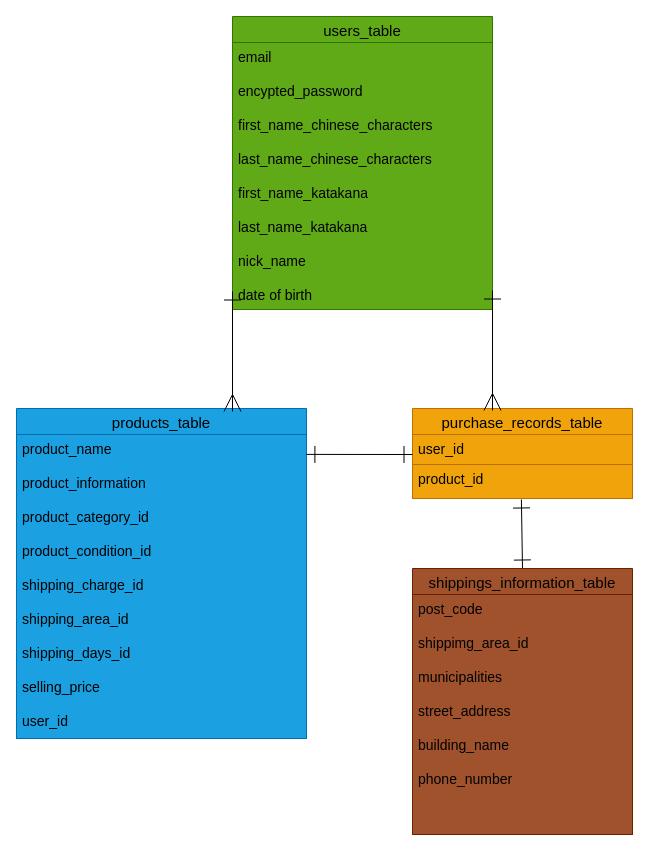
Above: ER.dio in Jonnyhorse/furima-40200 (draw.io), before the change. Source tidied: cells renumbered, new cells numbered last; positions are measured from the earlier drawing's top-left corner, leaving out a move shared by most shapes. Both pictures are drawn from the tidied source at 100%, with x=0, y=0 at pixel (16, 16).
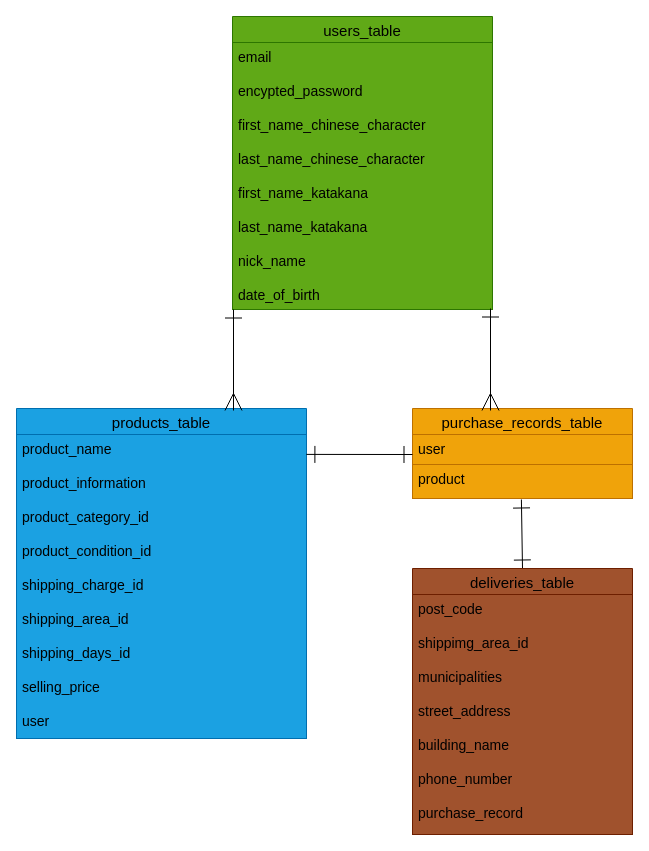
Above is the later version.

Commit message (it also covers changes not shown here):
README及びER図の再修正

Change to the diagram source:
```diff
@@
 <mxGraphModel>
   <root>
     <mxCell id="0" />
     <mxCell id="1" parent="0" />
     <mxCell id="2" value="users_table" style="swimlane;fontStyle=0;horizontal=1;startSize=26;align=center;fontSize=15;fillColor=#60a917;fontColor=#000000;strokeColor=#2D7600;" parent="1" vertex="1">
       <mxGeometry x="216" width="260" height="293" as="geometry" />
     </mxCell>
-    <mxCell id="3" value="email &#10;&#10;encypted_password&#10;&#10;first_name_chinese_characters&#10;&#10;last_name_chinese_characters&#10;&#10;first_name_katakana&#10;&#10;last_name_katakana&#10;&#10;nick_name&#10;&#10;date of birth&#10;" style="text;strokeColor=#2D7600;fillColor=#60a917;spacingLeft=4;spacingRight=4;overflow=hidden;fontSize=14;fontColor=#000000;" parent="2" vertex="1">
+    <mxCell id="3" value="email &#10;&#10;encypted_password&#10;&#10;first_name_chinese_character&#10;&#10;last_name_chinese_character&#10;&#10;first_name_katakana&#10;&#10;last_name_katakana&#10;&#10;nick_name&#10;&#10;date_of_birth&#10;" style="text;strokeColor=#2D7600;fillColor=#60a917;spacingLeft=4;spacingRight=4;overflow=hidden;fontSize=14;fontColor=#000000;" parent="2" vertex="1">
       <mxGeometry y="26" width="260" height="267" as="geometry" />
     </mxCell>
     <mxCell id="4" value="products_table" style="swimlane;fontStyle=0;horizontal=1;startSize=26;align=center;fontSize=15;fillColor=#1ba1e2;fontColor=#000000;strokeColor=#006EAF;" parent="1" vertex="1">
       <mxGeometry y="392" width="290" height="330" as="geometry" />
     </mxCell>
-    <mxCell id="5" value="product_name&#10;&#10;product_information&#10;&#10;product_category_id&#10;&#10;product_condition_id&#10;&#10;shipping_charge_id&#10;&#10;shipping_area_id&#10;&#10;shipping_days_id&#10;&#10;selling_price&#10;&#10;user_id&#10;" style="text;strokeColor=#006EAF;fillColor=#1ba1e2;spacingLeft=4;spacingRight=4;overflow=hidden;fontSize=14;fontColor=#000000;" parent="4" vertex="1">
+    <mxCell id="5" value="product_name&#10;&#10;product_information&#10;&#10;product_category_id&#10;&#10;product_condition_id&#10;&#10;shipping_charge_id&#10;&#10;shipping_area_id&#10;&#10;shipping_days_id&#10;&#10;selling_price&#10;&#10;user&#10;" style="text;strokeColor=#006EAF;fillColor=#1ba1e2;spacingLeft=4;spacingRight=4;overflow=hidden;fontSize=14;fontColor=#000000;" parent="4" vertex="1">
       <mxGeometry y="26" width="290" height="304" as="geometry" />
     </mxCell>
     <mxCell id="6" value="purchase_records_table" style="swimlane;fontStyle=0;horizontal=1;startSize=26;align=center;fontSize=15;fillColor=#f0a30a;fontColor=#000000;strokeColor=#BD7000;" parent="1" vertex="1">
       <mxGeometry x="396" y="392" width="220" height="90" as="geometry" />
     </mxCell>
-    <mxCell id="7" value="user_id" style="text;strokeColor=#BD7000;fillColor=#f0a30a;spacingLeft=4;spacingRight=4;overflow=hidden;fontSize=14;fontColor=#000000;" parent="6" vertex="1">
+    <mxCell id="7" value="user" style="text;strokeColor=#BD7000;fillColor=#f0a30a;spacingLeft=4;spacingRight=4;overflow=hidden;fontSize=14;fontColor=#000000;" parent="6" vertex="1">
       <mxGeometry y="26" width="220" height="30" as="geometry" />
     </mxCell>
-    <mxCell id="8" value="product_id" style="text;strokeColor=#BD7000;fillColor=#f0a30a;spacingLeft=4;spacingRight=4;overflow=hidden;points=[[0,0.5],[1,0.5]];portConstraint=eastwest;fontSize=14;fontColor=#000000;" parent="6" vertex="1">
+    <mxCell id="8" value="product" style="text;strokeColor=#BD7000;fillColor=#f0a30a;spacingLeft=4;spacingRight=4;overflow=hidden;points=[[0,0.5],[1,0.5]];portConstraint=eastwest;fontSize=14;fontColor=#000000;" parent="6" vertex="1">
       <mxGeometry y="56" width="220" height="34" as="geometry" />
     </mxCell>
     <mxCell id="9" style="edgeStyle=none;html=1;exitX=0.5;exitY=0;exitDx=0;exitDy=0;entryX=0.495;entryY=1.029;entryDx=0;entryDy=0;entryPerimeter=0;strokeWidth=1;fontSize=15;startArrow=ERone;startFill=0;endArrow=ERone;endFill=0;endSize=15;startSize=15;" parent="1" edge="1" source="10" target="8">
       <mxGeometry relative="1" as="geometry" />
     </mxCell>
-    <mxCell id="10" value="shippings_information_table" style="swimlane;fontStyle=0;horizontal=1;startSize=26;align=center;fontSize=15;labelBackgroundColor=none;fillColor=#a0522d;strokeColor=#6D1F00;fontColor=#000000;" parent="1" vertex="1">
+    <mxCell id="10" value="deliveries_table" style="swimlane;fontStyle=0;horizontal=1;startSize=26;align=center;fontSize=15;labelBackgroundColor=none;fillColor=#a0522d;strokeColor=#6D1F00;fontColor=#000000;" parent="1" vertex="1">
       <mxGeometry x="396" y="552" width="220" height="266" as="geometry" />
     </mxCell>
-    <mxCell id="11" value="post_code&#10;&#10;shippimg_area_id&#10;&#10;municipalities&#10;&#10;street_address&#10;&#10;building_name&#10;&#10;phone_number&#10;&#10;" style="text;strokeColor=#6D1F00;fillColor=#a0522d;spacingLeft=4;spacingRight=4;overflow=hidden;fontSize=14;fontColor=#000000;" parent="10" vertex="1">
+    <mxCell id="11" value="post_code&#10;&#10;shippimg_area_id&#10;&#10;municipalities&#10;&#10;street_address&#10;&#10;building_name&#10;&#10;phone_number&#10;&#10;purchase_record" style="text;strokeColor=#6D1F00;fillColor=#a0522d;spacingLeft=4;spacingRight=4;overflow=hidden;fontSize=14;fontColor=#000000;" parent="10" vertex="1">
       <mxGeometry y="26" width="220" height="240" as="geometry" />
     </mxCell>
     <mxCell id="12" style="edgeStyle=none;html=1;fontSize=15;endArrow=ERmany;endFill=0;strokeWidth=1;startArrow=ERone;startFill=0;endSize=15;startSize=15;" parent="1" edge="1">
       <mxGeometry relative="1" as="geometry">
-        <mxPoint x="216" y="275" as="sourcePoint" />
-        <mxPoint x="216" y="395" as="targetPoint" />
+        <mxPoint x="217" y="293" as="sourcePoint" />
+        <mxPoint x="217" y="394" as="targetPoint" />
       </mxGeometry>
     </mxCell>
     <mxCell id="13" style="edgeStyle=none;html=1;strokeWidth=1;fontSize=15;endArrow=ERmany;endFill=0;startArrow=ERone;startFill=0;endSize=15;startSize=15;" parent="1" edge="1">
       <mxGeometry relative="1" as="geometry">
-        <mxPoint x="476" y="274" as="sourcePoint" />
-        <mxPoint x="476" y="394" as="targetPoint" />
+        <mxPoint x="474" y="292" as="sourcePoint" />
+        <mxPoint x="474" y="394" as="targetPoint" />
       </mxGeometry>
     </mxCell>
     <mxCell id="14" style="edgeStyle=none;html=1;strokeWidth=1;fontSize=15;endArrow=ERone;endFill=0;startArrow=ERone;startFill=0;exitX=0.986;exitY=0.049;exitDx=0;exitDy=0;exitPerimeter=0;endSize=15;startSize=15;" parent="1" edge="1">
       <mxGeometry relative="1" as="geometry">
         <mxPoint x="289.9" y="437.9" as="sourcePoint" />
         <mxPoint x="396" y="438" as="targetPoint" />
       </mxGeometry>
     </mxCell>
   </root>
 </mxGraphModel>
```
